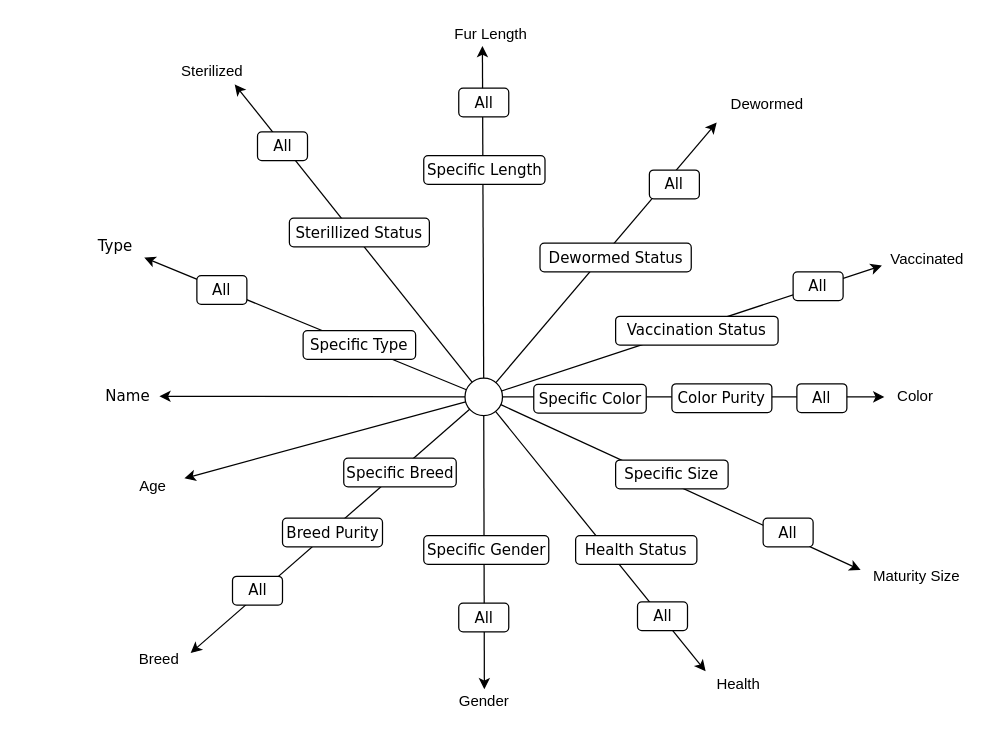
This is resources/starnet/template/template-starnet.drawio from brucehow/cits3401-project, a draw.io file, before an edit. Source tidied: cells renumbered, new cells numbered last; positions are measured from the earlier drawing's top-left corner, leaving out a move shared by most shapes. Both pictures are drawn from the tidied source at 125%, with x=0, y=0 at pixel (84, 21).
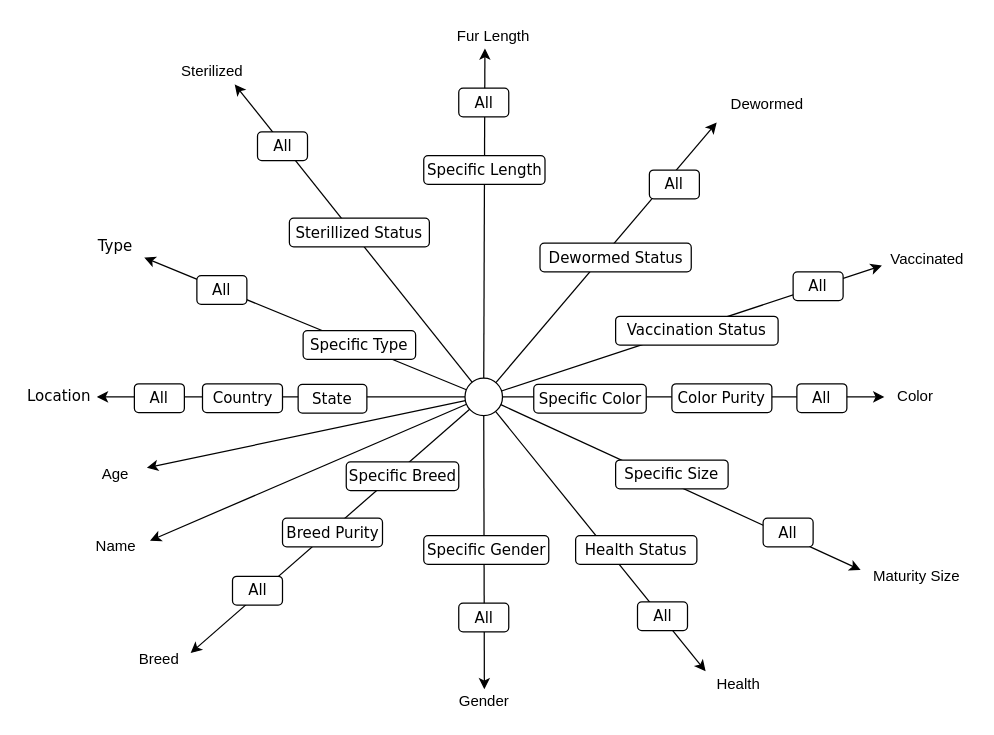
After the change.

The change refers to these unchanged cells:
```xml
<mxCell id="6" style="ellipse;whiteSpace=wrap;html=1;" parent="1" vertex="1">
  <mxGeometry x="304.5" y="285" width="30" height="30" as="geometry" />
</mxCell>
```

Diff of the diagram source:
```diff
@@
-    <mxCell id="9" value="&lt;font face=&quot;Verdana&quot;&gt;Name&lt;br&gt;&lt;/font&gt;" style="text;html=1;strokeColor=none;fillColor=none;align=center;verticalAlign=middle;whiteSpace=wrap;rounded=0;" parent="1" vertex="1">
-      <mxGeometry x="10" y="289.5" width="50" height="20" as="geometry" />
+    <mxCell id="9" value="&lt;font face=&quot;Verdana&quot;&gt;Location&lt;br&gt;&lt;/font&gt;" style="text;html=1;strokeColor=none;fillColor=none;align=center;verticalAlign=middle;whiteSpace=wrap;rounded=0;" parent="1" vertex="1">
+      <mxGeometry x="-50" y="290" width="60" height="20" as="geometry" />
     </mxCell>
     <mxCell id="10" value="Age&lt;br&gt;" style="text;html=1;strokeColor=none;fillColor=none;align=center;verticalAlign=middle;whiteSpace=wrap;rounded=0;" parent="1" vertex="1">
-      <mxGeometry x="30" y="362" width="50" height="20" as="geometry" />
+      <mxGeometry y="352" width="50" height="20" as="geometry" />
     </mxCell>
+    <mxCell id="50" value="Name&lt;br&gt;" style="text;html=1;strokeColor=none;fillColor=none;align=center;verticalAlign=middle;whiteSpace=wrap;rounded=0;" parent="1" vertex="1">
+      <mxGeometry x="-2.5" y="410" width="55" height="20" as="geometry" />
+    </mxCell>
@@
     <mxCell id="16" value="Specific Breed" style="whiteSpace=wrap;html=1;rounded=1;shadow=0;labelBackgroundColor=none;strokeColor=#000000;strokeWidth=1;fillColor=#ffffff;fontFamily=Verdana;fontSize=12;fontColor=#000000;align=center;glass=0;" parent="1" vertex="1">
-      <mxGeometry x="207.5" y="349" width="90" height="23" as="geometry" />
+      <mxGeometry x="209.5" y="352" width="90" height="23" as="geometry" />
     </mxCell>
@@
     <mxCell id="30" value="Fur Length" style="text;html=1;strokeColor=none;fillColor=none;align=center;verticalAlign=middle;whiteSpace=wrap;rounded=0;" parent="1" vertex="1">
-      <mxGeometry x="288.5" width="73" height="20" as="geometry" />
+      <mxGeometry x="290.5" y="2" width="73" height="20" as="geometry" />
     </mxCell>
@@
+    <mxCell id="51" style="edgeStyle=none;rounded=0;jettySize=auto;html=0;endArrow=classic;endFill=1;fontColor=none;shadow=0;entryX=1;entryY=0.25;entryDx=0;entryDy=0;" parent="1" edge="1" source="6" target="50">
+      <mxGeometry relative="1" as="geometry" />
+    </mxCell>
+    <mxCell id="52" value="All&lt;br&gt;" style="whiteSpace=wrap;html=1;rounded=1;shadow=0;labelBackgroundColor=none;strokeColor=#000000;strokeWidth=1;fillColor=#ffffff;fontFamily=Verdana;fontSize=12;fontColor=#000000;align=center;glass=0;" parent="1" vertex="1">
+      <mxGeometry x="40" y="289.5" width="40" height="23" as="geometry" />
+    </mxCell>
+    <mxCell id="53" value="Country" style="whiteSpace=wrap;html=1;rounded=1;shadow=0;labelBackgroundColor=none;strokeColor=#000000;strokeWidth=1;fillColor=#ffffff;fontFamily=Verdana;fontSize=12;fontColor=#000000;align=center;glass=0;" parent="1" vertex="1">
+      <mxGeometry x="94.5" y="289.5" width="64" height="23" as="geometry" />
+    </mxCell>
+    <mxCell id="54" value="State" style="whiteSpace=wrap;html=1;rounded=1;shadow=0;labelBackgroundColor=none;strokeColor=#000000;strokeWidth=1;fillColor=#ffffff;fontFamily=Verdana;fontSize=12;fontColor=#000000;align=center;glass=0;" parent="1" vertex="1">
+      <mxGeometry x="171" y="290" width="55" height="23" as="geometry" />
+    </mxCell>
```
